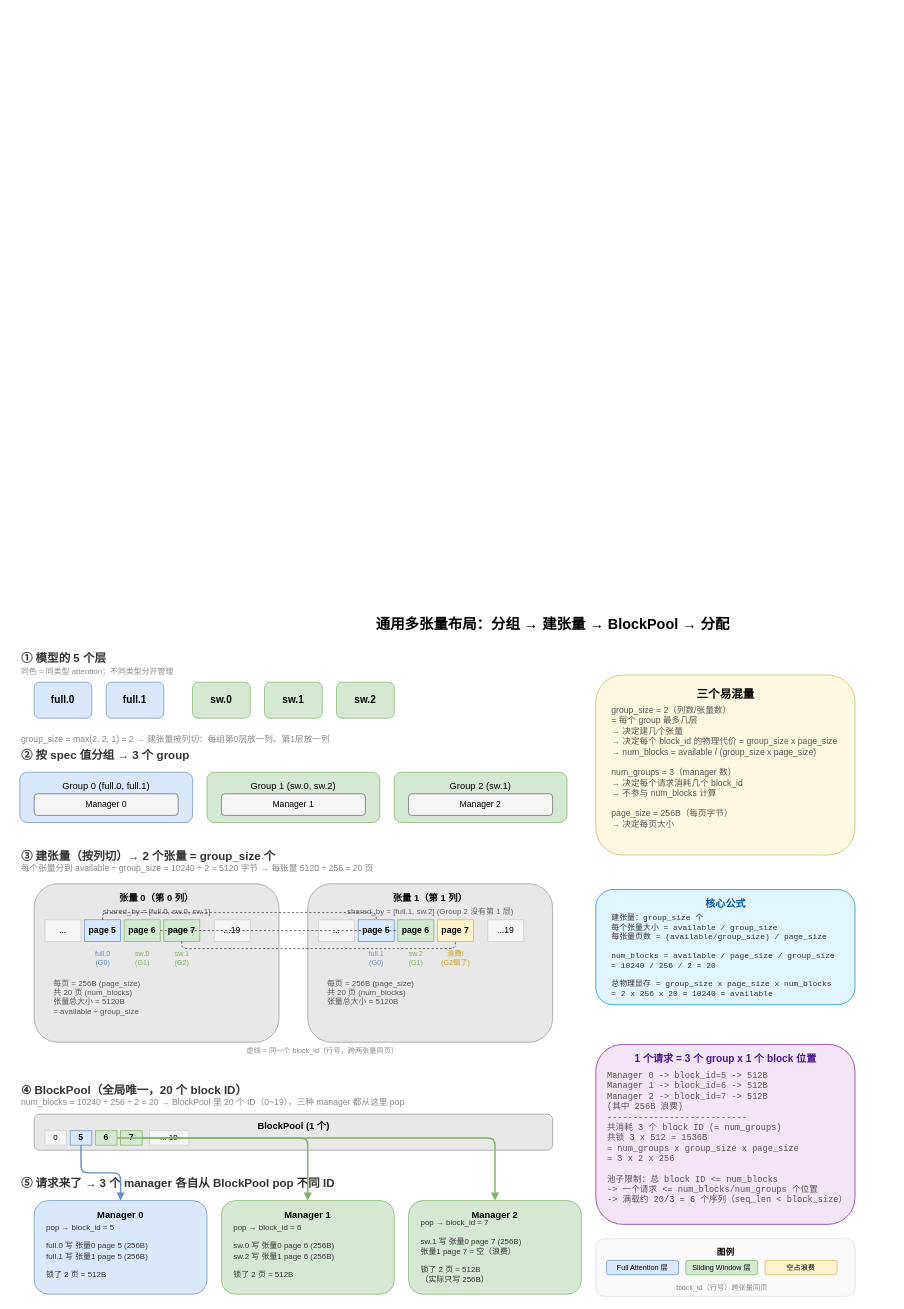
This is vllm/v1/core/kvcache_draw/kv_cache_layout.drawio from GoCHug/vllm, a draw.io file, before an edit. Source tidied: cells renumbered, new cells numbered last; positions are measured from the earlier drawing's top-left corner, leaving out a move shared by most shapes. Both pictures are drawn from the tidied source at 72%, with x=0, y=0 at pixel (19, 610).
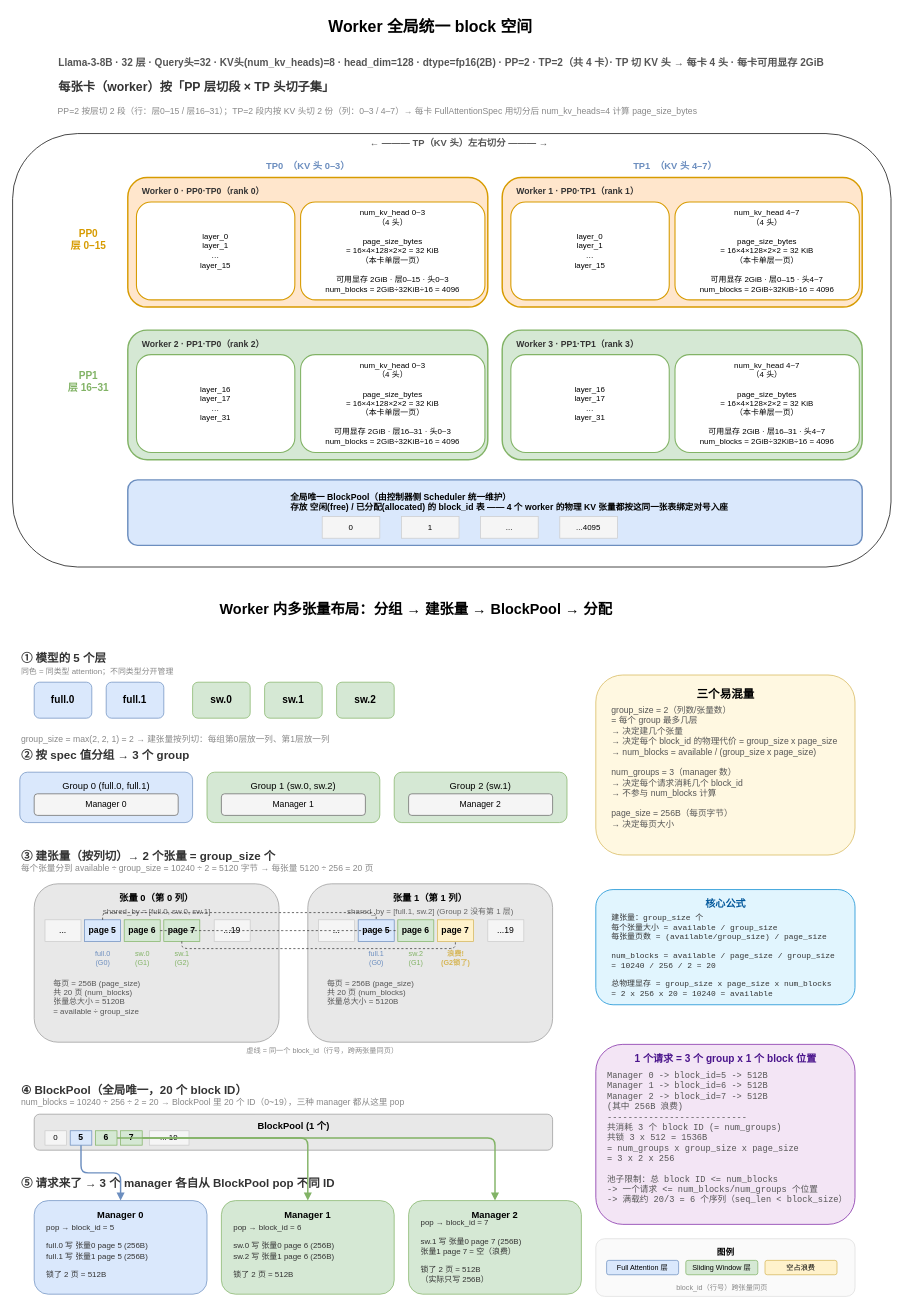
After the change.

Diff of the diagram source:
```diff
@@
-    <mxCell id="2" value="通用多张量布局：分组 → 建张量 → BlockPool → 分配" style="text;html=1;fontSize=20;fontStyle=1;align=center;" parent="1" vertex="1">
-      <mxGeometry x="340" width="800" height="40" as="geometry" />
+    <mxCell id="2" value="Worker 内多张量布局：分组 → 建张量 → BlockPool → 分配" style="text;html=1;fontSize=20;fontStyle=1;align=center;" parent="1" vertex="1">
+      <mxGeometry x="150" y="-20" width="800" height="40" as="geometry" />
     </mxCell>
@@
+    <mxCell id="80" style="rounded=1;whiteSpace=wrap;html=1;" parent="1" vertex="1">
+      <mxGeometry x="-10" y="-662" width="1220" height="602" as="geometry" />
+    </mxCell>
+    <mxCell id="81" value="Worker 全局统一 block 空间" style="text;html=1;fontSize=22;fontStyle=1;align=center;" parent="1" vertex="1">
+      <mxGeometry x="120" y="-830" width="900" height="46" as="geometry" />
+    </mxCell>
+    <mxCell id="82" value="Llama-3-8B · 32 层 · Query头=32 · KV头(num_kv_heads)=8 · head_dim=128 · dtype=fp16(2B) · PP=2 · TP=2（共 4 卡）· TP 切 KV 头 → 每卡 4 头 · 每卡可用显存 2GiB" style="text;html=1;fontSize=14;fontStyle=1;align=center;fontColor=#555555;" parent="1" vertex="1">
+      <mxGeometry x="-10" y="-776" width="1190" height="26" as="geometry" />
+    </mxCell>
+    <mxCell id="83" value="每张卡（worker）按「PP 层切段 × TP 头切子集」" style="text;html=1;fontSize=17;fontStyle=1;fontColor=#333333;" parent="1" vertex="1">
+      <mxGeometry x="52" y="-743" width="1068" height="30" as="geometry" />
+    </mxCell>
+    <mxCell id="84" value="PP=2 按层切 2 段（行：层0–15 / 层16–31）；TP=2 段内按 KV 头切 2 份（列：0–3 / 4–7）→ 每卡 FullAttentionSpec 用切分后 num_kv_heads=4 计算 page_size_bytes" style="text;html=1;fontSize=12;fontColor=#888888;align=left;" parent="1" vertex="1">
+      <mxGeometry x="51" y="-706" width="1079" height="24" as="geometry" />
+    </mxCell>
+    <mxCell id="85" value="← ——— TP（KV 头）左右切分 ——— →" style="text;html=1;fontSize=13;fontStyle=1;fontColor=#555555;align=center;" parent="1" vertex="1">
+      <mxGeometry x="410" y="-663" width="400" height="22" as="geometry" />
+    </mxCell>
+    <mxCell id="86" value="TP0　（KV 头 0–3）" style="text;html=1;fontSize=13;fontStyle=1;fontColor=#6c8ebf;align=center;" parent="1" vertex="1">
+      <mxGeometry x="290" y="-631" width="220" height="20" as="geometry" />
+    </mxCell>
+    <mxCell id="87" value="TP1　（KV 头 4–7）" style="text;html=1;fontSize=13;fontStyle=1;fontColor=#6c8ebf;align=center;" parent="1" vertex="1">
+      <mxGeometry x="800" y="-631" width="220" height="20" as="geometry" />
+    </mxCell>
+    <mxCell id="88" value="PP0&#10;层 0–15" style="text;html=1;fontSize=14;fontStyle=1;fontColor=#d79b00;align=center;verticalAlign=middle;" parent="1" vertex="1">
+      <mxGeometry x="10" y="-567" width="170" height="104" as="geometry" />
+    </mxCell>
+    <mxCell id="89" value="PP1&#10;层 16–31" style="text;html=1;fontSize=14;fontStyle=1;fontColor=#82b366;align=center;verticalAlign=middle;" parent="1" vertex="1">
+      <mxGeometry x="10" y="-370" width="170" height="104" as="geometry" />
+    </mxCell>
+    <mxCell id="90" style="rounded=1;whiteSpace=wrap;html=1;fillColor=#ffe6cc;strokeColor=#d79b00;strokeWidth=2;" parent="1" vertex="1">
+      <mxGeometry x="150" y="-601" width="500" height="180" as="geometry" />
+    </mxCell>
+    <mxCell id="91" value="Worker 0 · PP0·TP0（rank 0）" style="text;html=1;fontSize=12;fontStyle=1;fontColor=#333333;align=left;" parent="1" vertex="1">
+      <mxGeometry x="168" y="-595" width="300" height="22" as="geometry" />
+    </mxCell>
+    <mxCell id="92" value="layer_0&#10;layer_1&#10;…&#10;layer_15" style="rounded=1;whiteSpace=wrap;html=1;verticalAlign=middle;fontSize=11;fillColor=#ffffff;strokeColor=#d79b00;strokeWidth=1.5;" parent="1" vertex="1">
+      <mxGeometry x="162" y="-567" width="220" height="136" as="geometry" />
+    </mxCell>
+    <mxCell id="93" value="num_kv_head 0~3&lt;br&gt;（4 头）&lt;br&gt;&lt;br&gt;page_size_bytes&lt;br&gt;= 16×4×128×2×2 = 32 KiB&lt;br&gt;（本卡单层一页）&lt;div&gt;&lt;br&gt;&lt;/div&gt;&lt;div&gt;&lt;div&gt;可用显存 2GiB · 层0–15 · 头0~3&lt;/div&gt;&lt;div&gt;num_blocks = 2GiB÷32KiB÷16 = 4096&lt;/div&gt;&lt;/div&gt;" style="rounded=1;whiteSpace=wrap;html=1;verticalAlign=middle;fontSize=11;fillColor=#ffffff;strokeColor=#d79b00;strokeWidth=1.5;" parent="1" vertex="1">
+      <mxGeometry x="390" y="-567" width="256" height="136" as="geometry" />
+    </mxCell>
+    <mxCell id="94" style="rounded=1;whiteSpace=wrap;html=1;fillColor=#ffe6cc;strokeColor=#d79b00;strokeWidth=2;" parent="1" vertex="1">
+      <mxGeometry x="670" y="-601" width="500" height="180" as="geometry" />
+    </mxCell>
+    <mxCell id="95" value="Worker 1 · PP0·TP1（rank 1）" style="text;html=1;fontSize=12;fontStyle=1;fontColor=#333333;align=left;" parent="1" vertex="1">
+      <mxGeometry x="688" y="-595" width="300" height="22" as="geometry" />
+    </mxCell>
+    <mxCell id="96" value="layer_0&#10;layer_1&#10;…&#10;layer_15" style="rounded=1;whiteSpace=wrap;html=1;verticalAlign=middle;fontSize=11;fillColor=#ffffff;strokeColor=#d79b00;strokeWidth=1.5;" parent="1" vertex="1">
+      <mxGeometry x="682" y="-567" width="220" height="136" as="geometry" />
+    </mxCell>
+    <mxCell id="97" value="num_kv_head 4~7&lt;br&gt;（4 头）&lt;br&gt;&lt;br&gt;page_size_bytes&lt;br&gt;= 16×4×128×2×2 = 32 KiB&lt;br&gt;（本卡单层一页）&lt;div&gt;&lt;br&gt;&lt;/div&gt;&lt;div&gt;&lt;div&gt;可用显存 2GiB · 层0–15 · 头4~7&lt;/div&gt;&lt;div&gt;num_blocks = 2GiB÷32KiB÷16 = 4096&lt;/div&gt;&lt;/div&gt;" style="rounded=1;whiteSpace=wrap;html=1;verticalAlign=middle;fontSize=11;fillColor=#ffffff;strokeColor=#d79b00;strokeWidth=1.5;" parent="1" vertex="1">
+      <mxGeometry x="910" y="-567" width="256" height="136" as="geometry" />
+    </mxCell>
+    <mxCell id="98" style="rounded=1;whiteSpace=wrap;html=1;fillColor=#d5e8d4;strokeColor=#82b366;strokeWidth=2;" parent="1" vertex="1">
+      <mxGeometry x="150" y="-389" width="500" height="180" as="geometry" />
+    </mxCell>
+    <mxCell id="99" value="Worker 2 · PP1·TP0（rank 2）" style="text;html=1;fontSize=12;fontStyle=1;fontColor=#333333;align=left;" parent="1" vertex="1">
+      <mxGeometry x="168" y="-383" width="300" height="22" as="geometry" />
+    </mxCell>
+    <mxCell id="100" value="layer_16&#10;layer_17&#10;…&#10;layer_31" style="rounded=1;whiteSpace=wrap;html=1;verticalAlign=middle;fontSize=11;fillColor=#ffffff;strokeColor=#82b366;strokeWidth=1.5;" parent="1" vertex="1">
+      <mxGeometry x="162" y="-355" width="220" height="136" as="geometry" />
+    </mxCell>
+    <mxCell id="101" value="num_kv_head 0~3&lt;br&gt;（4 头）&lt;br&gt;&lt;br&gt;page_size_bytes&lt;br&gt;= 16×4×128×2×2 = 32 KiB&lt;br&gt;（本卡单层一页）&lt;div&gt;&lt;br&gt;&lt;/div&gt;&lt;div&gt;&lt;div&gt;可用显存 2GiB · 层16–31 · 头0~3&lt;/div&gt;&lt;div&gt;num_blocks = 2GiB÷32KiB÷16 = 4096&lt;/div&gt;&lt;/div&gt;" style="rounded=1;whiteSpace=wrap;html=1;verticalAlign=middle;fontSize=11;fillColor=#ffffff;strokeColor=#82b366;strokeWidth=1.5;" parent="1" vertex="1">
+      <mxGeometry x="390" y="-355" width="256" height="136" as="geometry" />
+    </mxCell>
+    <mxCell id="102" style="rounded=1;whiteSpace=wrap;html=1;fillColor=#d5e8d4;strokeColor=#82b366;strokeWidth=2;" parent="1" vertex="1">
+      <mxGeometry x="670" y="-389" width="500" height="180" as="geometry" />
+    </mxCell>
+    <mxCell id="103" value="Worker 3 · PP1·TP1（rank 3）" style="text;html=1;fontSize=12;fontStyle=1;fontColor=#333333;align=left;" parent="1" vertex="1">
+      <mxGeometry x="688" y="-383" width="300" height="22" as="geometry" />
+    </mxCell>
+    <mxCell id="104" value="layer_16&#10;layer_17&#10;…&#10;layer_31" style="rounded=1;whiteSpace=wrap;html=1;verticalAlign=middle;fontSize=11;fillColor=#ffffff;strokeColor=#82b366;strokeWidth=1.5;" parent="1" vertex="1">
+      <mxGeometry x="682" y="-355" width="220" height="136" as="geometry" />
+    </mxCell>
+    <mxCell id="105" value="num_kv_head 4~7&lt;br&gt;（4 头）&lt;br&gt;&lt;br&gt;page_size_bytes&lt;br&gt;= 16×4×128×2×2 = 32 KiB&lt;br&gt;（本卡单层一页）&lt;div&gt;&lt;br&gt;&lt;/div&gt;&lt;div&gt;&lt;div&gt;可用显存 2GiB · 层16–31 · 头4~7&lt;/div&gt;&lt;div&gt;num_blocks = 2GiB÷32KiB÷16 = 4096&lt;/div&gt;&lt;/div&gt;" style="rounded=1;whiteSpace=wrap;html=1;verticalAlign=middle;fontSize=11;fillColor=#ffffff;strokeColor=#82b366;strokeWidth=1.5;" parent="1" vertex="1">
+      <mxGeometry x="910" y="-355" width="256" height="136" as="geometry" />
+    </mxCell>
+    <mxCell id="106" style="rounded=1;whiteSpace=wrap;html=1;verticalAlign=middle;fontSize=12;fontStyle=1;fillColor=#dae8fc;strokeColor=#6c8ebf;strokeWidth=2;strokeDasharray=6 3;" parent="1" vertex="1">
+      <mxGeometry x="150" y="-181" width="1020" height="91" as="geometry" />
+    </mxCell>
+    <mxCell id="107" value="全局唯一 BlockPool（由控制器侧 Scheduler 统一维护）&#10;存放 空闲(free) / 已分配(allocated) 的 block_id 表 —— 4 个 worker 的物理 KV 张量都按这同一张表绑定对号入座" style="text;whiteSpace=wrap;fontStyle=1;" parent="1" vertex="1">
+      <mxGeometry x="374" y="-170" width="646" height="40" as="geometry" />
+    </mxCell>
+    <mxCell id="108" value="0" style="rounded=0;whiteSpace=wrap;html=1;fillColor=#f5f5f5;strokeColor=#cccccc;fontSize=11;" parent="1" vertex="1">
+      <mxGeometry x="420" y="-130" width="80" height="30" as="geometry" />
+    </mxCell>
+    <mxCell id="109" value="1" style="rounded=0;whiteSpace=wrap;html=1;fillColor=#f5f5f5;strokeColor=#cccccc;fontSize=11;" parent="1" vertex="1">
+      <mxGeometry x="530" y="-130" width="80" height="30" as="geometry" />
+    </mxCell>
+    <mxCell id="110" value="...4095" style="rounded=0;whiteSpace=wrap;html=1;fillColor=#f5f5f5;strokeColor=#cccccc;fontSize=11;" parent="1" vertex="1">
+      <mxGeometry x="750" y="-130" width="80" height="30" as="geometry" />
+    </mxCell>
+    <mxCell id="111" value="..." style="rounded=0;whiteSpace=wrap;html=1;fillColor=#f5f5f5;strokeColor=#cccccc;fontSize=11;" parent="1" vertex="1">
+      <mxGeometry x="640" y="-130" width="80" height="30" as="geometry" />
+    </mxCell>
```
